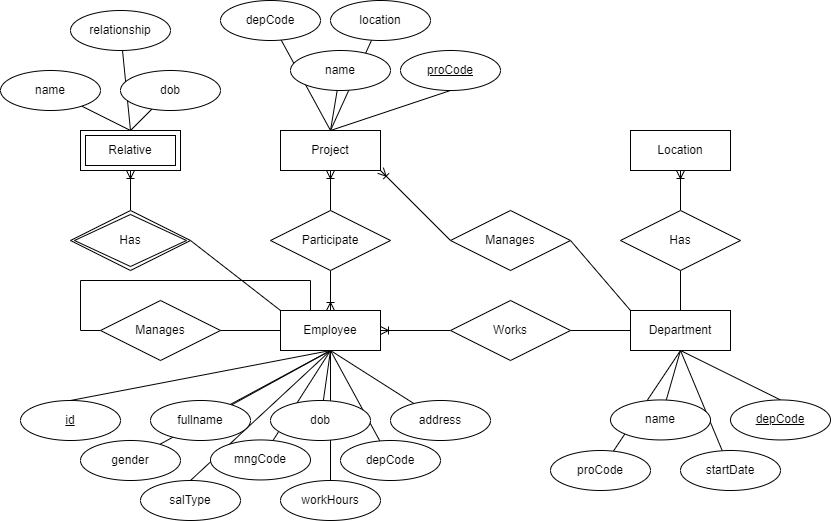
Above: Lab2/Problem2Lab2.png in winterevil/CSE301 (draw.io), before the change. Source tidied: cells renumbered, new cells last; positions are measured from the earlier drawing's top-left corner, leaving out a move shared by most shapes.
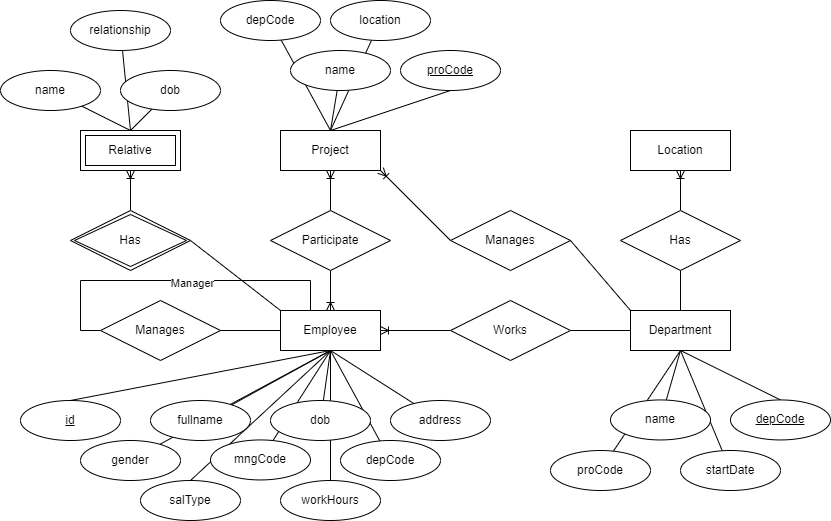
The same file after the commit.

Change to the diagram source:
```diff
@@ -197,6 +197,9 @@
         </Array>
       </mxGeometry>
     </mxCell>
+    <mxCell id="65" value="Manager" style="edgeLabel;html=1;align=center;verticalAlign=middle;" parent="63" vertex="1">
+      <mxGeometry x="0.1" y="-2" relative="1" as="geometry" />
+    </mxCell>
     <mxCell id="64" value="Manages" style="shape=rhombus;perimeter=rhombusPerimeter;whiteSpace=wrap;html=1;align=center;" parent="1" vertex="1">
       <mxGeometry x="100" y="300" width="120" height="60" as="geometry" />
     </mxCell>
```
